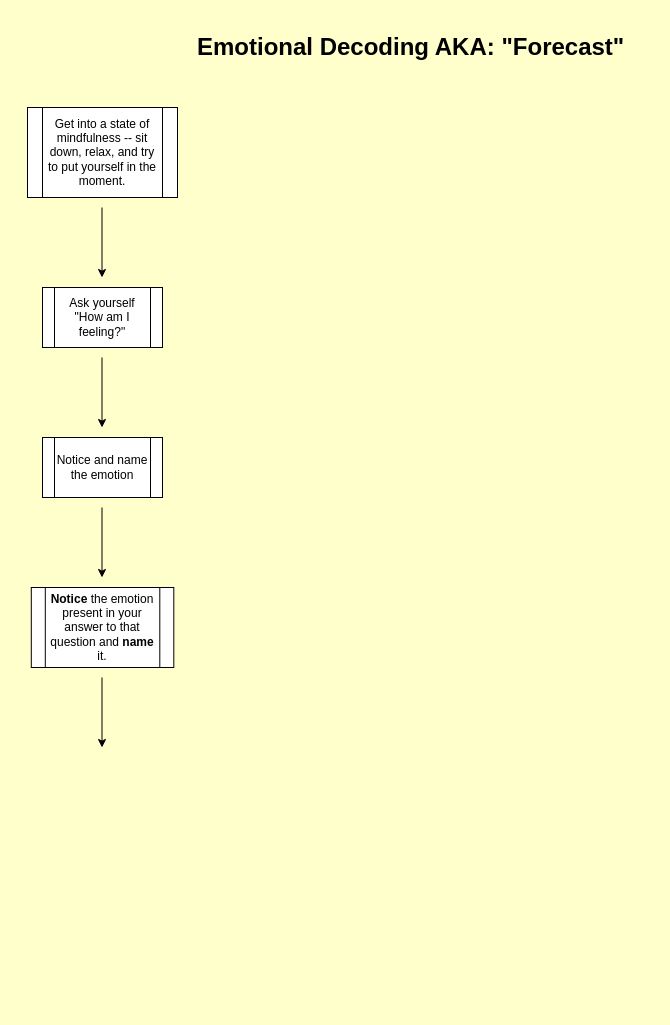
Lenlover19/Book-Notes keeps this draw.io diagram as Emotional Decoding Diagram.drawio. Above is the earlier version. Source tidied: cells renumbered, new cells numbered last; positions are measured from the earlier drawing's top-left corner, leaving out a move shared by most shapes. Both pictures are drawn from the tidied source at 100%, with x=0, y=0 at pixel (27, 27).
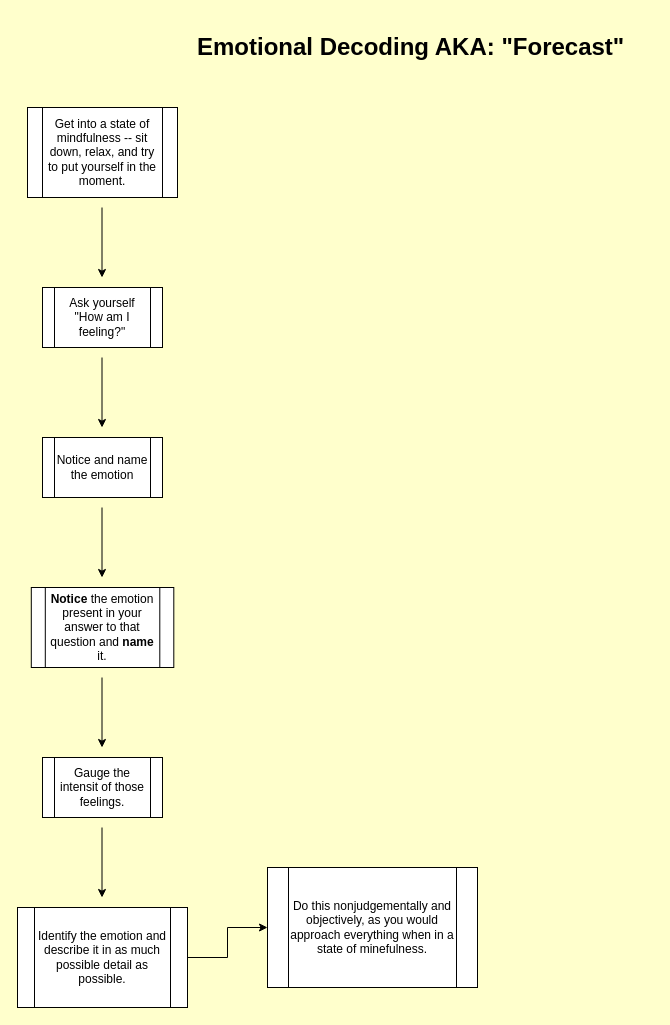
The same page after the edit.

Diff of the diagram source:
```diff
@@
+    <mxCell id="11" value="Gauge the intensit of those feelings." style="shape=process;whiteSpace=wrap;html=1;backgroundOutline=1;" parent="1" vertex="1">
+      <mxGeometry x="15" y="730" width="120" height="60" as="geometry" />
+    </mxCell>
+    <mxCell id="12" style="endArrow=classic;html=1;rounded=0;" parent="1" edge="1">
+      <mxGeometry relative="1" as="geometry">
+        <mxPoint x="74.5" y="800" as="sourcePoint" />
+        <mxPoint x="74.5" y="870" as="targetPoint" />
+      </mxGeometry>
+    </mxCell>
+    <mxCell id="13" style="edgeStyle=orthogonalEdgeStyle;rounded=0;jettySize=auto;html=1;" parent="1" edge="1" source="14" target="15">
+      <mxGeometry relative="1" as="geometry" />
+    </mxCell>
+    <mxCell id="14" value="Identify the emotion and describe it in as much possible detail as possible.&lt;br&gt;" style="shape=process;whiteSpace=wrap;html=1;backgroundOutline=1;" parent="1" vertex="1">
+      <mxGeometry x="-10" y="880" width="170" height="100" as="geometry" />
+    </mxCell>
+    <mxCell id="15" value="Do this nonjudgementally and objectively, as you would approach everything when in a state of minefulness." style="shape=process;whiteSpace=wrap;html=1;backgroundOutline=1;" parent="1" vertex="1">
+      <mxGeometry x="240" y="840" width="210" height="120" as="geometry" />
+    </mxCell>
```
